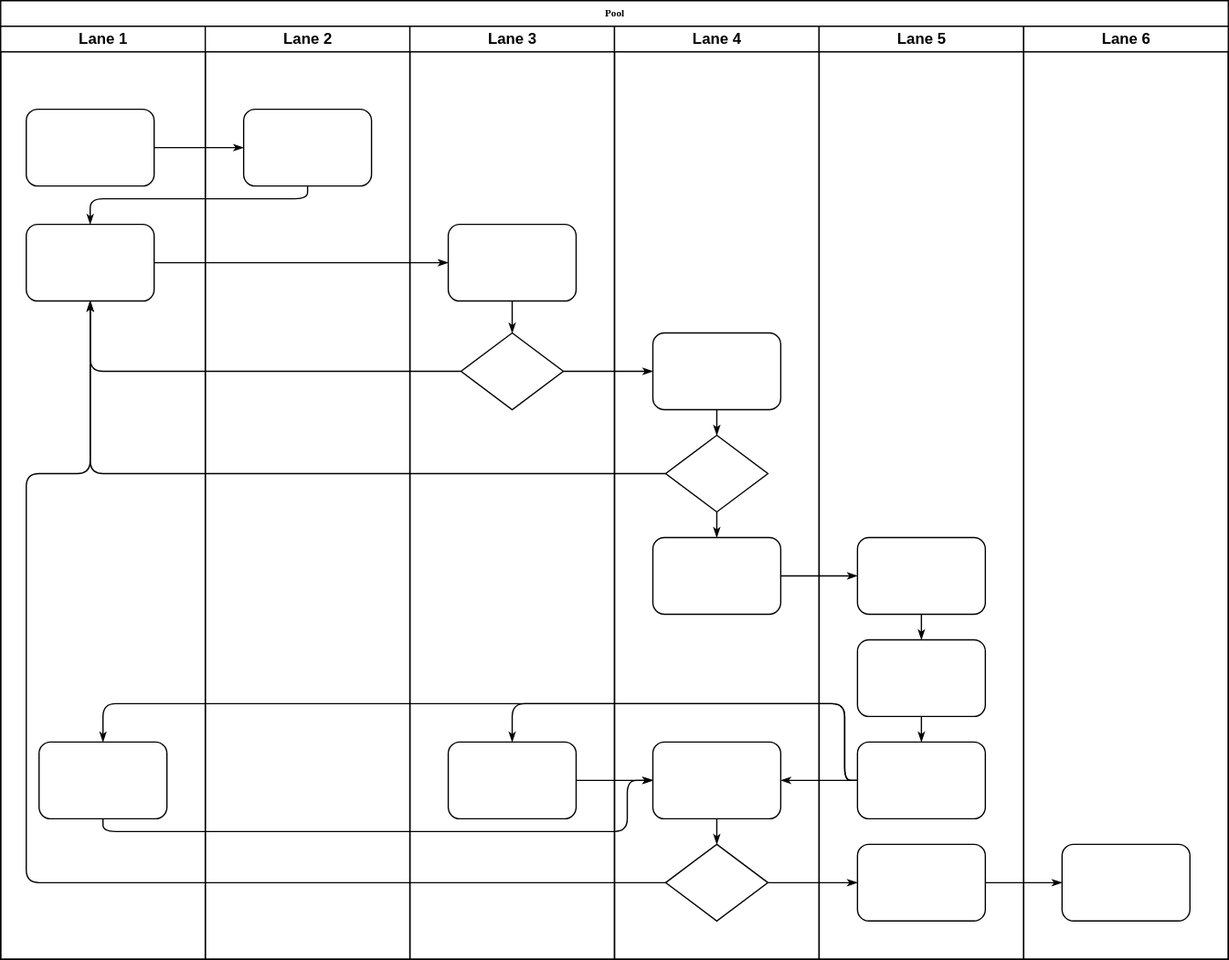
Above: documents/30_内部設計/ログイン処理.svg in la-java-silicon-2021/shopping-doc (draw.io), before the change. Source tidied: cells renumbered, new cells last; positions are measured from the earlier drawing's top-left corner, leaving out a move shared by most shapes.
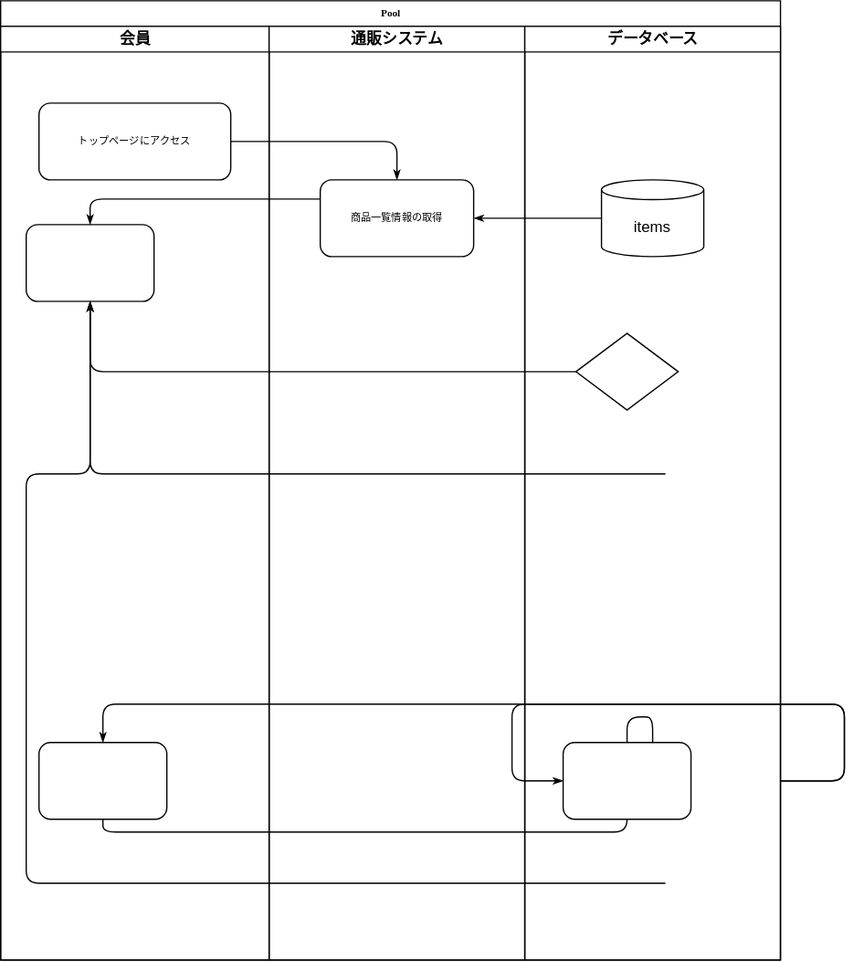
After the commit.

Commit message:
ログイン処理.svg を更新します

The edit, as a diff of the source:
```diff
@@ -3,13 +3,13 @@
     <mxCell id="0" />
     <mxCell id="1" parent="0" />
     <mxCell id="2" value="Pool" style="swimlane;html=1;startSize=20;rounded=0;shadow=0;labelBackgroundColor=none;strokeWidth=1;fontFamily=Verdana;fontSize=8;align=center;" parent="1" vertex="1">
-      <mxGeometry width="960" height="750" as="geometry" />
+      <mxGeometry width="610" height="750" as="geometry" />
     </mxCell>
-    <mxCell id="3" value="Lane 1" style="swimlane;html=1;startSize=20;" parent="2" vertex="1">
-      <mxGeometry y="20" width="160" height="730" as="geometry" />
+    <mxCell id="3" value="会員" style="swimlane;html=1;startSize=20;" parent="2" vertex="1">
+      <mxGeometry y="20" width="210" height="730" as="geometry" />
     </mxCell>
-    <mxCell id="4" style="rounded=1;whiteSpace=wrap;html=1;shadow=0;labelBackgroundColor=none;strokeWidth=1;fontFamily=Verdana;fontSize=8;align=center;" parent="3" vertex="1">
-      <mxGeometry x="20" y="65" width="100" height="60" as="geometry" />
+    <mxCell id="4" value="トップページにアクセス" style="rounded=1;whiteSpace=wrap;html=1;shadow=0;labelBackgroundColor=none;strokeWidth=1;fontFamily=Verdana;fontSize=8;align=center;" parent="3" vertex="1">
+      <mxGeometry x="30" y="60" width="150" height="60" as="geometry" />
     </mxCell>
     <mxCell id="5" style="rounded=1;whiteSpace=wrap;html=1;shadow=0;labelBackgroundColor=none;strokeWidth=1;fontFamily=Verdana;fontSize=8;align=center;" parent="3" vertex="1">
       <mxGeometry x="20" y="155" width="100" height="60" as="geometry" />
@@ -17,7 +17,7 @@
     <mxCell id="6" style="rounded=1;whiteSpace=wrap;html=1;shadow=0;labelBackgroundColor=none;strokeWidth=1;fontFamily=Verdana;fontSize=8;align=center;" parent="3" vertex="1">
       <mxGeometry x="30" y="560" width="100" height="60" as="geometry" />
     </mxCell>
-    <mxCell id="7" style="edgeStyle=orthogonalEdgeStyle;rounded=1;html=1;labelBackgroundColor=none;startArrow=none;startFill=0;startSize=5;endArrow=classicThin;endFill=1;endSize=5;jettySize=auto;strokeWidth=1;fontFamily=Verdana;fontSize=8;" parent="2" edge="1" source="4" target="23">
+    <mxCell id="7" style="edgeStyle=orthogonalEdgeStyle;rounded=1;html=1;labelBackgroundColor=none;startArrow=none;startFill=0;startSize=5;endArrow=classicThin;endFill=1;endSize=5;jettySize=auto;strokeWidth=1;fontFamily=Verdana;fontSize=8;entryX=0.5;entryY=0;entryDx=0;entryDy=0;" parent="2" edge="1" source="4" target="23">
       <mxGeometry relative="1" as="geometry" />
     </mxCell>
     <mxCell id="8" style="edgeStyle=orthogonalEdgeStyle;rounded=1;html=1;labelBackgroundColor=none;startArrow=none;startFill=0;startSize=5;endArrow=classicThin;endFill=1;endSize=5;jettySize=auto;strokeWidth=1;fontFamily=Verdana;fontSize=8;" parent="2" edge="1" source="23" target="5">
@@ -28,17 +28,20 @@
         </Array>
       </mxGeometry>
     </mxCell>
-    <mxCell id="9" style="edgeStyle=orthogonalEdgeStyle;rounded=1;html=1;labelBackgroundColor=none;startArrow=none;startFill=0;startSize=5;endArrow=classicThin;endFill=1;endSize=5;jettySize=auto;strokeWidth=1;fontFamily=Verdana;fontSize=8;" parent="2" edge="1" source="5" target="25">
+    <mxCell id="9" style="edgeStyle=orthogonalEdgeStyle;rounded=1;html=1;labelBackgroundColor=none;startArrow=none;startFill=0;startSize=5;endArrow=classicThin;endFill=1;endSize=5;jettySize=auto;strokeWidth=1;fontFamily=Verdana;fontSize=8;" parent="2" edge="1" source="47" target="23">
       <mxGeometry relative="1" as="geometry" />
     </mxCell>
     <mxCell id="10" style="edgeStyle=orthogonalEdgeStyle;rounded=1;html=1;labelBackgroundColor=none;startArrow=none;startFill=0;startSize=5;endArrow=classicThin;endFill=1;endSize=5;jettySize=auto;strokeWidth=1;fontFamily=Verdana;fontSize=8;" parent="2" edge="1" source="26" target="5">
       <mxGeometry relative="1" as="geometry" />
     </mxCell>
-    <mxCell id="11" style="edgeStyle=orthogonalEdgeStyle;rounded=1;html=1;labelBackgroundColor=none;startArrow=none;startFill=0;startSize=5;endArrow=classicThin;endFill=1;endSize=5;jettySize=auto;strokeWidth=1;fontFamily=Verdana;fontSize=8;" parent="2" edge="1" source="31" target="5">
-      <mxGeometry relative="1" as="geometry" />
+    <mxCell id="11" style="edgeStyle=orthogonalEdgeStyle;rounded=1;html=1;labelBackgroundColor=none;startArrow=none;startFill=0;startSize=5;endArrow=classicThin;endFill=1;endSize=5;jettySize=auto;strokeWidth=1;fontFamily=Verdana;fontSize=8;" parent="2" edge="1" target="5">
+      <mxGeometry relative="1" as="geometry">
+        <mxPoint x="520" y="370" as="sourcePoint" />
+      </mxGeometry>
     </mxCell>
-    <mxCell id="12" style="edgeStyle=orthogonalEdgeStyle;rounded=1;html=1;labelBackgroundColor=none;startArrow=none;startFill=0;startSize=5;endArrow=classicThin;endFill=1;endSize=5;jettySize=auto;strokeWidth=1;fontFamily=Verdana;fontSize=8;" parent="2" edge="1" source="34" target="5">
+    <mxCell id="12" style="edgeStyle=orthogonalEdgeStyle;rounded=1;html=1;labelBackgroundColor=none;startArrow=none;startFill=0;startSize=5;endArrow=classicThin;endFill=1;endSize=5;jettySize=auto;strokeWidth=1;fontFamily=Verdana;fontSize=8;" parent="2" edge="1" target="5">
       <mxGeometry relative="1" as="geometry">
+        <mxPoint x="520" y="690" as="sourcePoint" />
         <Array as="points">
           <mxPoint x="20" y="690" />
           <mxPoint x="20" y="370" />
@@ -46,20 +49,9 @@
         </Array>
       </mxGeometry>
     </mxCell>
-    <mxCell id="13" style="edgeStyle=orthogonalEdgeStyle;rounded=1;html=1;labelBackgroundColor=none;startArrow=none;startFill=0;startSize=5;endArrow=classicThin;endFill=1;endSize=5;jettySize=auto;strokeWidth=1;fontFamily=Verdana;fontSize=8;" parent="2" edge="1" source="26" target="30">
-      <mxGeometry relative="1" as="geometry" />
-    </mxCell>
-    <mxCell id="14" style="edgeStyle=orthogonalEdgeStyle;rounded=1;html=1;labelBackgroundColor=none;startArrow=none;startFill=0;startSize=5;endArrow=classicThin;endFill=1;endSize=5;jettySize=auto;strokeWidth=1;fontFamily=Verdana;fontSize=8;" parent="2" edge="1" source="34" target="42">
-      <mxGeometry relative="1" as="geometry" />
-    </mxCell>
-    <mxCell id="15" style="edgeStyle=orthogonalEdgeStyle;rounded=1;html=1;labelBackgroundColor=none;startArrow=none;startFill=0;startSize=5;endArrow=classicThin;endFill=1;endSize=5;jettySize=auto;strokeWidth=1;fontFamily=Verdana;fontSize=8;" parent="2" edge="1" source="42" target="46">
-      <mxGeometry relative="1" as="geometry" />
-    </mxCell>
-    <mxCell id="16" style="edgeStyle=orthogonalEdgeStyle;rounded=1;html=1;labelBackgroundColor=none;startArrow=none;startFill=0;startSize=5;endArrow=classicThin;endFill=1;endSize=5;jettySize=auto;strokeWidth=1;fontFamily=Verdana;fontSize=8;" parent="2" edge="1" source="32" target="39">
-      <mxGeometry relative="1" as="geometry" />
-    </mxCell>
-    <mxCell id="17" style="edgeStyle=orthogonalEdgeStyle;rounded=1;html=1;labelBackgroundColor=none;startArrow=none;startFill=0;startSize=5;endArrow=classicThin;endFill=1;endSize=5;jettySize=auto;strokeWidth=1;fontFamily=Verdana;fontSize=8;" parent="2" edge="1" source="41" target="27">
+    <mxCell id="17" style="edgeStyle=orthogonalEdgeStyle;rounded=1;html=1;labelBackgroundColor=none;startArrow=none;startFill=0;startSize=5;endArrow=classicThin;endFill=1;endSize=5;jettySize=auto;strokeWidth=1;fontFamily=Verdana;fontSize=8;" parent="2" edge="1" target="27">
       <mxGeometry relative="1" as="geometry">
+        <mxPoint x="610" y="610" as="sourcePoint" />
         <Array as="points">
           <mxPoint x="660" y="610" />
           <mxPoint x="660" y="550" />
@@ -67,11 +59,9 @@
         </Array>
       </mxGeometry>
     </mxCell>
-    <mxCell id="18" style="edgeStyle=orthogonalEdgeStyle;rounded=1;html=1;labelBackgroundColor=none;startArrow=none;startFill=0;startSize=5;endArrow=classicThin;endFill=1;endSize=5;jettySize=auto;strokeColor=#000000;strokeWidth=1;fontFamily=Verdana;fontSize=8;fontColor=#000000;" parent="2" edge="1" source="41" target="33">
-      <mxGeometry relative="1" as="geometry" />
-    </mxCell>
-    <mxCell id="19" style="edgeStyle=orthogonalEdgeStyle;rounded=1;html=1;labelBackgroundColor=none;startArrow=none;startFill=0;startSize=5;endArrow=classicThin;endFill=1;endSize=5;jettySize=auto;strokeWidth=1;fontFamily=Verdana;fontSize=8;" parent="2" edge="1" source="41" target="6">
+    <mxCell id="19" style="edgeStyle=orthogonalEdgeStyle;rounded=1;html=1;labelBackgroundColor=none;startArrow=none;startFill=0;startSize=5;endArrow=classicThin;endFill=1;endSize=5;jettySize=auto;strokeWidth=1;fontFamily=Verdana;fontSize=8;" parent="2" edge="1" target="6">
       <mxGeometry relative="1" as="geometry">
+        <mxPoint x="610" y="610" as="sourcePoint" />
         <Array as="points">
           <mxPoint x="660" y="610" />
           <mxPoint x="660" y="550" />
@@ -79,8 +69,9 @@
         </Array>
       </mxGeometry>
     </mxCell>
-    <mxCell id="20" style="edgeStyle=orthogonalEdgeStyle;rounded=1;html=1;labelBackgroundColor=none;startArrow=none;startFill=0;startSize=5;endArrow=classicThin;endFill=1;endSize=5;jettySize=auto;strokeWidth=1;fontFamily=Verdana;fontSize=8;" parent="2" edge="1" source="6" target="33">
+    <mxCell id="20" style="edgeStyle=orthogonalEdgeStyle;rounded=1;html=1;labelBackgroundColor=none;startArrow=none;startFill=0;startSize=5;endArrow=classicThin;endFill=1;endSize=5;jettySize=auto;strokeWidth=1;fontFamily=Verdana;fontSize=8;" parent="2" edge="1" source="6">
       <mxGeometry relative="1" as="geometry">
+        <mxPoint x="510" y="610" as="targetPoint" />
         <Array as="points">
           <mxPoint x="80" y="650" />
           <mxPoint x="490" y="650" />
@@ -88,83 +79,28 @@
         </Array>
       </mxGeometry>
     </mxCell>
-    <mxCell id="21" style="edgeStyle=orthogonalEdgeStyle;rounded=1;html=1;labelBackgroundColor=none;startArrow=none;startFill=0;startSize=5;endArrow=classicThin;endFill=1;endSize=5;jettySize=auto;strokeWidth=1;fontFamily=Verdana;fontSize=8;" parent="2" edge="1" source="27" target="33">
-      <mxGeometry relative="1" as="geometry" />
+    <mxCell id="21" style="edgeStyle=orthogonalEdgeStyle;rounded=1;html=1;labelBackgroundColor=none;startArrow=none;startFill=0;startSize=5;endArrow=classicThin;endFill=1;endSize=5;jettySize=auto;strokeWidth=1;fontFamily=Verdana;fontSize=8;" parent="2" edge="1" source="27">
+      <mxGeometry relative="1" as="geometry">
+        <mxPoint x="510" y="610" as="targetPoint" />
+      </mxGeometry>
     </mxCell>
-    <mxCell id="22" value="Lane 2" style="swimlane;html=1;startSize=20;" parent="2" vertex="1">
-      <mxGeometry x="160" y="20" width="160" height="730" as="geometry" />
+    <mxCell id="22" value="通販システム" style="swimlane;html=1;startSize=20;" parent="2" vertex="1">
+      <mxGeometry x="210" y="20" width="200" height="730" as="geometry" />
     </mxCell>
-    <mxCell id="23" style="rounded=1;whiteSpace=wrap;html=1;shadow=0;labelBackgroundColor=none;strokeWidth=1;fontFamily=Verdana;fontSize=8;align=center;" parent="22" vertex="1">
-      <mxGeometry x="30" y="65" width="100" height="60" as="geometry" />
+    <mxCell id="23" value="商品一覧情報の取得" style="rounded=1;whiteSpace=wrap;html=1;shadow=0;labelBackgroundColor=none;strokeWidth=1;fontFamily=Verdana;fontSize=8;align=center;" parent="22" vertex="1">
+      <mxGeometry x="40" y="120" width="120" height="60" as="geometry" />
     </mxCell>
-    <mxCell id="24" value="Lane 3" style="swimlane;html=1;startSize=20;" parent="2" vertex="1">
-      <mxGeometry x="320" y="20" width="160" height="730" as="geometry" />
+    <mxCell id="24" value="データベース" style="swimlane;html=1;startSize=20;" parent="2" vertex="1">
+      <mxGeometry x="410" y="20" width="200" height="730" as="geometry" />
     </mxCell>
-    <mxCell id="25" style="rounded=1;whiteSpace=wrap;html=1;shadow=0;labelBackgroundColor=none;strokeWidth=1;fontFamily=Verdana;fontSize=8;align=center;" parent="24" vertex="1">
-      <mxGeometry x="30" y="155" width="100" height="60" as="geometry" />
-    </mxCell>
     <mxCell id="26" style="rhombus;whiteSpace=wrap;html=1;rounded=0;shadow=0;labelBackgroundColor=none;strokeWidth=1;fontFamily=Verdana;fontSize=8;align=center;" parent="24" vertex="1">
       <mxGeometry x="40" y="240" width="80" height="60" as="geometry" />
     </mxCell>
     <mxCell id="27" style="rounded=1;whiteSpace=wrap;html=1;shadow=0;labelBackgroundColor=none;strokeWidth=1;fontFamily=Verdana;fontSize=8;align=center;" parent="24" vertex="1">
       <mxGeometry x="30" y="560" width="100" height="60" as="geometry" />
     </mxCell>
-    <mxCell id="28" style="edgeStyle=orthogonalEdgeStyle;rounded=1;html=1;labelBackgroundColor=none;startArrow=none;startFill=0;startSize=5;endArrow=classicThin;endFill=1;endSize=5;jettySize=auto;strokeWidth=1;fontFamily=Verdana;fontSize=8;" parent="24" edge="1" source="25" target="26">
-      <mxGeometry relative="1" as="geometry" />
-    </mxCell>
-    <mxCell id="29" value="Lane 4" style="swimlane;html=1;startSize=20;" parent="2" vertex="1">
-      <mxGeometry x="480" y="20" width="160" height="730" as="geometry" />
-    </mxCell>
-    <mxCell id="30" style="rounded=1;whiteSpace=wrap;html=1;shadow=0;labelBackgroundColor=none;strokeWidth=1;fontFamily=Verdana;fontSize=8;align=center;" parent="29" vertex="1">
-      <mxGeometry x="30" y="240" width="100" height="60" as="geometry" />
-    </mxCell>
-    <mxCell id="31" style="rhombus;whiteSpace=wrap;html=1;rounded=0;shadow=0;labelBackgroundColor=none;strokeWidth=1;fontFamily=Verdana;fontSize=8;align=center;" parent="29" vertex="1">
-      <mxGeometry x="40" y="320" width="80" height="60" as="geometry" />
-    </mxCell>
-    <mxCell id="32" style="rounded=1;whiteSpace=wrap;html=1;shadow=0;labelBackgroundColor=none;strokeWidth=1;fontFamily=Verdana;fontSize=8;align=center;" parent="29" vertex="1">
-      <mxGeometry x="30" y="400" width="100" height="60" as="geometry" />
-    </mxCell>
-    <mxCell id="33" style="rounded=1;whiteSpace=wrap;html=1;shadow=0;labelBackgroundColor=none;strokeWidth=1;fontFamily=Verdana;fontSize=8;align=center;" parent="29" vertex="1">
-      <mxGeometry x="30" y="560" width="100" height="60" as="geometry" />
-    </mxCell>
-    <mxCell id="34" style="rhombus;whiteSpace=wrap;html=1;rounded=0;shadow=0;labelBackgroundColor=none;strokeWidth=1;fontFamily=Verdana;fontSize=8;align=center;" parent="29" vertex="1">
-      <mxGeometry x="40" y="640" width="80" height="60" as="geometry" />
-    </mxCell>
-    <mxCell id="35" style="edgeStyle=orthogonalEdgeStyle;rounded=1;html=1;labelBackgroundColor=none;startArrow=none;startFill=0;startSize=5;endArrow=classicThin;endFill=1;endSize=5;jettySize=auto;strokeColor=#000000;strokeWidth=1;fontFamily=Verdana;fontSize=8;fontColor=#000000;" parent="29" edge="1" source="30" target="31">
-      <mxGeometry relative="1" as="geometry" />
-    </mxCell>
-    <mxCell id="36" style="edgeStyle=orthogonalEdgeStyle;rounded=1;html=1;labelBackgroundColor=none;startArrow=none;startFill=0;startSize=5;endArrow=classicThin;endFill=1;endSize=5;jettySize=auto;strokeWidth=1;fontFamily=Verdana;fontSize=8;" parent="29" edge="1" source="31" target="32">
-      <mxGeometry relative="1" as="geometry" />
-    </mxCell>
-    <mxCell id="37" style="edgeStyle=orthogonalEdgeStyle;rounded=1;html=1;labelBackgroundColor=none;startArrow=none;startFill=0;startSize=5;endArrow=classicThin;endFill=1;endSize=5;jettySize=auto;strokeWidth=1;fontFamily=Verdana;fontSize=8;" parent="29" edge="1" source="33" target="34">
-      <mxGeometry relative="1" as="geometry" />
-    </mxCell>
-    <mxCell id="38" value="Lane 5" style="swimlane;html=1;startSize=20;" parent="2" vertex="1">
-      <mxGeometry x="640" y="20" width="160" height="730" as="geometry" />
-    </mxCell>
-    <mxCell id="39" style="rounded=1;whiteSpace=wrap;html=1;shadow=0;labelBackgroundColor=none;strokeWidth=1;fontFamily=Verdana;fontSize=8;align=center;" parent="38" vertex="1">
-      <mxGeometry x="30" y="400" width="100" height="60" as="geometry" />
-    </mxCell>
-    <mxCell id="40" style="rounded=1;whiteSpace=wrap;html=1;shadow=0;labelBackgroundColor=none;strokeWidth=1;fontFamily=Verdana;fontSize=8;align=center;" parent="38" vertex="1">
-      <mxGeometry x="30" y="480" width="100" height="60" as="geometry" />
-    </mxCell>
-    <mxCell id="41" style="rounded=1;whiteSpace=wrap;html=1;shadow=0;labelBackgroundColor=none;strokeWidth=1;fontFamily=Verdana;fontSize=8;align=center;" parent="38" vertex="1">
-      <mxGeometry x="30" y="560" width="100" height="60" as="geometry" />
-    </mxCell>
-    <mxCell id="42" style="rounded=1;whiteSpace=wrap;html=1;shadow=0;labelBackgroundColor=none;strokeWidth=1;fontFamily=Verdana;fontSize=8;align=center;" parent="38" vertex="1">
-      <mxGeometry x="30" y="640" width="100" height="60" as="geometry" />
-    </mxCell>
-    <mxCell id="43" style="edgeStyle=orthogonalEdgeStyle;rounded=1;html=1;labelBackgroundColor=none;startArrow=none;startFill=0;startSize=5;endArrow=classicThin;endFill=1;endSize=5;jettySize=auto;strokeWidth=1;fontFamily=Verdana;fontSize=8;" parent="38" edge="1" source="39" target="40">
-      <mxGeometry relative="1" as="geometry" />
-    </mxCell>
-    <mxCell id="44" style="edgeStyle=orthogonalEdgeStyle;rounded=1;html=1;labelBackgroundColor=none;startArrow=none;startFill=0;startSize=5;endArrow=classicThin;endFill=1;endSize=5;jettySize=auto;strokeWidth=1;fontFamily=Verdana;fontSize=8;" parent="38" edge="1" source="40" target="41">
-      <mxGeometry relative="1" as="geometry" />
-    </mxCell>
-    <mxCell id="45" value="Lane 6" style="swimlane;html=1;startSize=20;" parent="2" vertex="1">
-      <mxGeometry x="800" y="20" width="160" height="730" as="geometry" />
-    </mxCell>
-    <mxCell id="46" style="rounded=1;whiteSpace=wrap;html=1;shadow=0;labelBackgroundColor=none;strokeWidth=1;fontFamily=Verdana;fontSize=8;align=center;" parent="45" vertex="1">
-      <mxGeometry x="30" y="640" width="100" height="60" as="geometry" />
-    </mxCell>
+    <mxCell id="47" value="items" style="shape=cylinder3;whiteSpace=wrap;html=1;boundedLbl=1;backgroundOutline=1;size=7.724137931034477;" parent="24" vertex="1">
+      <mxGeometry x="60" y="120" width="80" height="60" as="geometry" />
+    </mxCell>
   </root>
 </mxGraphModel>
```
